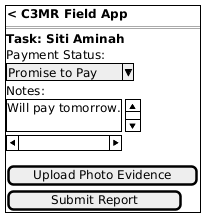
asn95/desktop-tutorial keeps this PlantUML diagram as uml/images/03_mockup_telegram_miniapp.png. Above is the earlier version. The source it was exported from:
```plantuml
@startsalt
{+
  { <b>< C3MR Field App </b> }
  ===
  <b>Task: Siti Aminah
  Payment Status:
  ^Promise to Pay^
  Notes:
  {S
  Will pay tomorrow.
  .
  }
  [ Upload Photo Evidence ]
  [    Submit Report    ]
}
@endsalt
```
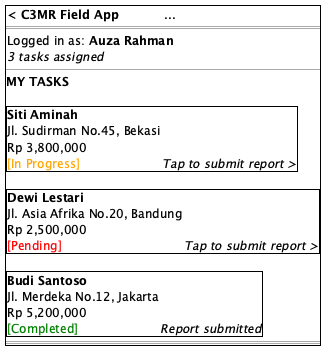
Above is the later version.

The edit, as a diff of the source:
```diff
@@ -1,16 +1,34 @@
 @startsalt
 {+
-  { <b>< C3MR Field App </b> }
+  {  <b>< C3MR Field App </b>           ... }
   ===
-  <b>Task: Siti Aminah
-  Payment Status:
-  ^Promise to Pay^
-  Notes:
-  {S
-  Will pay tomorrow.
+  {
+    Logged in as: <b>Auza Rahman
+    <i>3 tasks assigned
+  }
+  ---
+  <b>MY TASKS
   .
+  {+
+    <b>Siti Aminah
+    Jl. Sudirman No.45, Bekasi
+    Rp 3,800,000
+    <color:orange>[In Progress]</color> | <i>Tap to submit report >
   }
-  [ Upload Photo Evidence ]
-  [    Submit Report    ]
+  .
+  {+
+    <b>Dewi Lestari
+    Jl. Asia Afrika No.20, Bandung
+    Rp 2,500,000
+    <color:red>[Pending]</color> | <i>Tap to submit report >
+  }
+  .
+  {+
+    <b>Budi Santoso
+    Jl. Merdeka No.12, Jakarta
+    Rp 5,200,000
+    <color:green>[Completed]</color> | <i>Report submitted
+  }
+  ===
 }
 @endsalt
```
